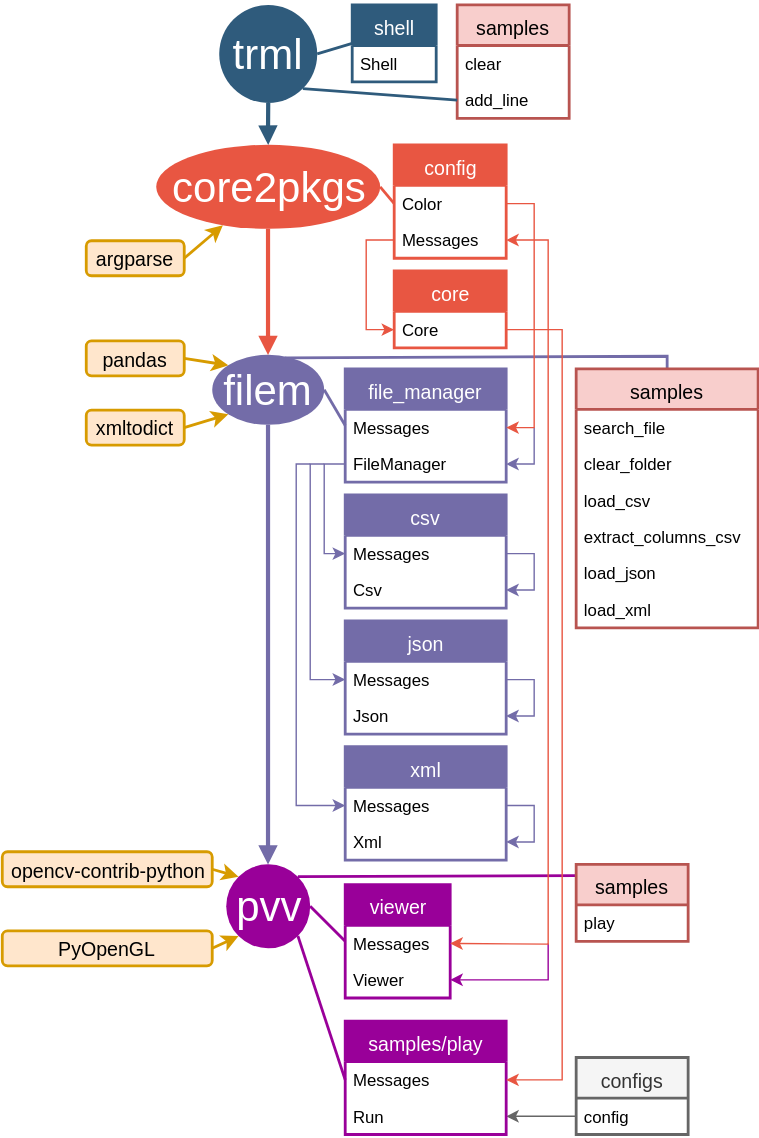
Before: Package_tree.svg, a diagram exported from draw.io (DmitryRyumin/pkgs). Source tidied: cells renumbered, new cells last; positions are measured from the earlier drawing's top-left corner, leaving out a move shared by most shapes.
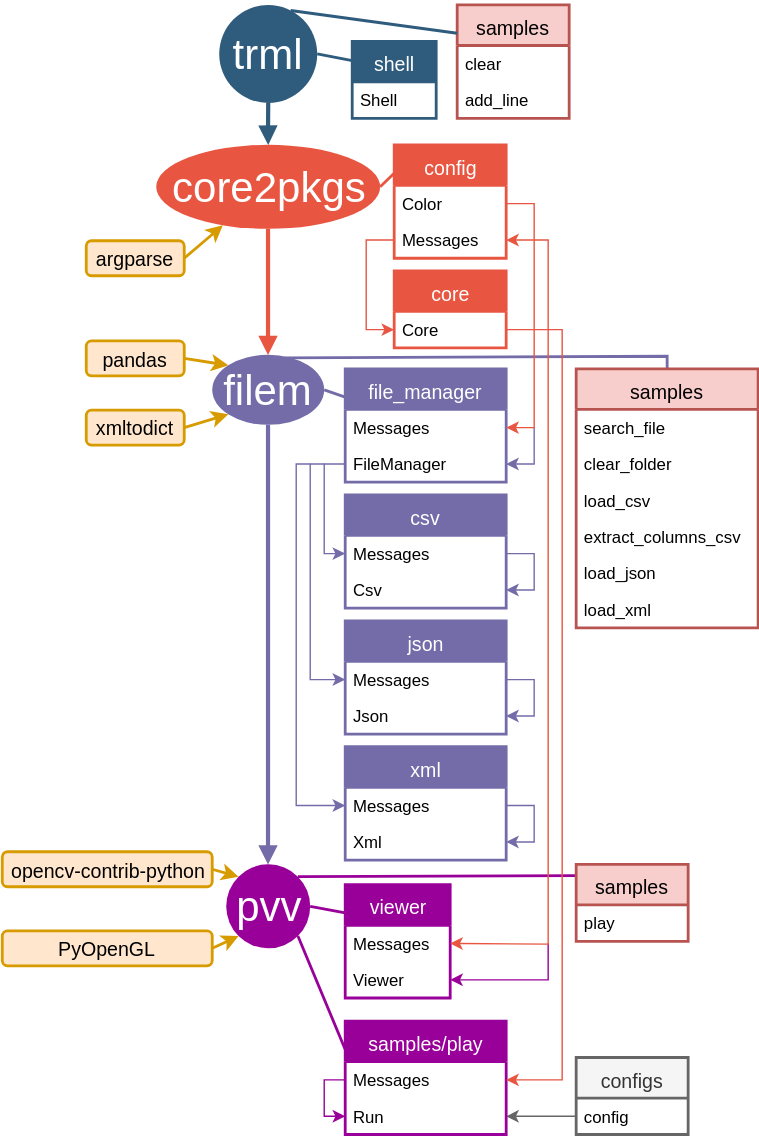
After the commit.

Change to the diagram source:
```diff
@@ -12,7 +12,7 @@
         </Array>
       </mxGeometry>
     </mxCell>
-    <mxCell id="4" style="edgeStyle=none;endArrow=none;strokeWidth=2;strokeColor=#2F5B7C;html=1;entryX=1;entryY=0.5;entryDx=0;entryDy=0;exitX=0;exitY=0.5;exitDx=0;exitDy=0;" parent="1" edge="1" source="8" target="6">
+    <mxCell id="4" style="edgeStyle=none;endArrow=none;strokeWidth=2;strokeColor=#2F5B7C;html=1;entryX=1;entryY=0.5;entryDx=0;entryDy=0;exitX=0;exitY=0.25;exitDx=0;exitDy=0;" parent="1" edge="1" source="8" target="6">
       <mxGeometry x="-644.5" y="-105" as="geometry" />
     </mxCell>
     <mxCell id="5" style="edgeStyle=orthogonalEdgeStyle;rounded=0;jettySize=auto;html=1;startSize=30;strokeColor=#2F5B7C;strokeWidth=3;fontSize=30;fontColor=#000000;endArrow=block;endFill=1;" parent="1" edge="1" source="6" target="7">
@@ -25,12 +25,12 @@
       <mxGeometry x="110" y="100" width="160" height="60" as="geometry" />
     </mxCell>
     <mxCell id="8" value="shell" style="swimlane;fontStyle=0;horizontal=1;startSize=29;fillColor=#2F5B7C;swimlaneFillColor=#ffffff;align=center;fontSize=14;rounded=0;shadow=0;strokeWidth=2;fontColor=#FFFFFF;spacing=2;spacingTop=0;strokeColor=#2F5B7C;swimlaneLine=1;html=1;overflow=visible;" parent="1" vertex="1">
-      <mxGeometry x="250" width="60" height="55" as="geometry" />
+      <mxGeometry x="250" y="26" width="60" height="55" as="geometry" />
     </mxCell>
     <mxCell id="9" value="Shell" style="text;spacingLeft=4;spacingRight=4;overflow=hidden;fontSize=12;perimeterSpacing=0;" parent="8" vertex="1">
       <mxGeometry y="29" width="60" height="26" as="geometry" />
     </mxCell>
-    <mxCell id="10" style="edgeStyle=none;endArrow=none;strokeWidth=2;strokeColor=#E85642;html=1;entryX=1;entryY=0.5;entryDx=0;entryDy=0;exitX=0;exitY=0.5;exitDx=0;exitDy=0;rounded=1;" parent="1" edge="1" source="12" target="7">
+    <mxCell id="10" style="edgeStyle=none;endArrow=none;strokeWidth=2;strokeColor=#E85642;html=1;entryX=1;entryY=0.5;entryDx=0;entryDy=0;exitX=0;exitY=0.25;exitDx=0;exitDy=0;rounded=1;" parent="1" edge="1" source="11" target="7">
       <mxGeometry x="-609.5" y="-5" as="geometry" />
     </mxCell>
     <mxCell id="11" value="config" style="swimlane;fontStyle=0;horizontal=1;startSize=29;fillColor=#E85642;swimlaneFillColor=#ffffff;align=center;fontSize=14;rounded=0;shadow=0;strokeWidth=2;fontColor=#FFFFFF;spacing=2;spacingTop=0;strokeColor=#E85642;swimlaneLine=1;html=1;overflow=visible;" parent="1" vertex="1">
@@ -76,8 +76,10 @@
     <mxCell id="21" value="add_line" style="text;spacingLeft=4;spacingRight=4;overflow=hidden;points=[[0,0.5],[1,0.5]];portConstraint=eastwest;fontSize=12;perimeterSpacing=0;" parent="19" vertex="1">
       <mxGeometry y="55" width="80" height="26" as="geometry" />
     </mxCell>
-    <mxCell id="22" style="edgeStyle=none;endArrow=none;strokeWidth=2;strokeColor=#2F5B7C;html=1;entryX=1;entryY=1;entryDx=0;entryDy=0;rounded=0;exitX=0;exitY=0.5;exitDx=0;exitDy=0;" parent="1" edge="1" source="21" target="6">
-      <mxGeometry x="-634.5" y="-95" as="geometry" />
+    <mxCell id="22" style="edgeStyle=none;endArrow=none;strokeWidth=2;strokeColor=#2F5B7C;html=1;rounded=0;exitX=0;exitY=0.25;exitDx=0;exitDy=0;" parent="1" edge="1" source="19">
+      <mxGeometry x="-634.5" y="-95" as="geometry">
+        <mxPoint x="206" y="4" as="targetPoint" />
+      </mxGeometry>
     </mxCell>
     <mxCell id="23" value="filem" style="ellipse;whiteSpace=wrap;html=1;shadow=0;fontFamily=Helvetica;fontSize=30;fontColor=#FFFFFF;align=center;strokeColor=none;strokeWidth=6;fillColor=#736CA8;fontStyle=0;gradientColor=none;" parent="1" vertex="1">
       <mxGeometry x="150" y="250" width="80" height="50" as="geometry" />
@@ -108,7 +110,7 @@
         </Array>
       </mxGeometry>
     </mxCell>
-    <mxCell id="31" style="edgeStyle=none;endArrow=none;strokeWidth=2;strokeColor=#736CA8;html=1;entryX=1;entryY=0.5;entryDx=0;entryDy=0;exitX=0;exitY=0.5;exitDx=0;exitDy=0;rounded=1;" parent="1" edge="1" source="27" target="23">
+    <mxCell id="31" style="edgeStyle=none;endArrow=none;strokeWidth=2;strokeColor=#736CA8;html=1;entryX=1;entryY=0.5;entryDx=0;entryDy=0;exitX=0;exitY=0.25;exitDx=0;exitDy=0;rounded=1;" parent="1" edge="1" source="27" target="23">
       <mxGeometry x="-599.5" y="5" as="geometry" />
     </mxCell>
     <mxCell id="32" style="edgeStyle=none;endArrow=classic;strokeWidth=1;strokeColor=#E85642;html=1;rounded=0;endFill=1;entryX=1;entryY=0.5;entryDx=0;entryDy=0;" parent="1" edge="1" target="28">
@@ -268,7 +270,7 @@
         </Array>
       </mxGeometry>
     </mxCell>
-    <mxCell id="68" style="edgeStyle=none;endArrow=none;strokeWidth=2;strokeColor=#990099;html=1;entryX=1;entryY=0.5;entryDx=0;entryDy=0;exitX=0;exitY=0.5;exitDx=0;exitDy=0;rounded=1;" parent="1" edge="1" source="64" target="58">
+    <mxCell id="68" style="edgeStyle=none;endArrow=none;strokeWidth=2;strokeColor=#990099;html=1;entryX=1;entryY=0.5;entryDx=0;entryDy=0;exitX=0;exitY=0.25;exitDx=0;exitDy=0;rounded=1;" parent="1" edge="1" source="64" target="58">
       <mxGeometry x="-589.5" y="9" as="geometry" />
     </mxCell>
     <mxCell id="69" style="edgeStyle=none;endArrow=classic;strokeWidth=1;strokeColor=#E85642;html=1;rounded=0;endFill=1;entryX=1;entryY=0.5;entryDx=0;entryDy=0;" parent="1" edge="1" target="65">
@@ -304,7 +306,15 @@
     <mxCell id="77" value="Run" style="text;spacingLeft=4;spacingRight=4;overflow=hidden;points=[[0,0.5],[1,0.5]];portConstraint=eastwest;fontSize=12;perimeterSpacing=0;" parent="75" vertex="1">
       <mxGeometry y="55" width="115" height="26" as="geometry" />
     </mxCell>
+    <mxCell id="80" style="edgeStyle=none;endArrow=classic;strokeWidth=1;strokeColor=#990099;html=1;rounded=0;endFill=1;exitX=0;exitY=0.5;exitDx=0;exitDy=0;entryX=0;entryY=0.5;entryDx=0;entryDy=0;" parent="75" edge="1" source="76" target="77">
+      <mxGeometry x="-5779.5" y="-1701" as="geometry">
+        <Array as="points">
+          <mxPoint x="-15" y="42" />
+          <mxPoint x="-15" y="68" />
+        </Array>
+      </mxGeometry>
+    </mxCell>
-    <mxCell id="78" style="edgeStyle=none;endArrow=none;strokeWidth=2;strokeColor=#990099;html=1;entryX=1;entryY=1;entryDx=0;entryDy=0;exitX=0;exitY=0.5;exitDx=0;exitDy=0;rounded=1;" parent="1" edge="1" source="76" target="58">
+    <mxCell id="78" style="edgeStyle=none;endArrow=none;strokeWidth=2;strokeColor=#990099;html=1;entryX=1;entryY=1;entryDx=0;entryDy=0;exitX=0;exitY=0.25;exitDx=0;exitDy=0;rounded=1;" parent="1" edge="1" source="75" target="58">
       <mxGeometry x="-579.5" y="19" as="geometry" />
     </mxCell>
     <mxCell id="79" style="edgeStyle=none;endArrow=classic;strokeWidth=1;strokeColor=#E85642;html=1;rounded=0;endFill=1;entryX=1;entryY=0.5;entryDx=0;entryDy=0;exitX=1;exitY=0.5;exitDx=0;exitDy=0;" parent="1" edge="1" source="17" target="76">
```
